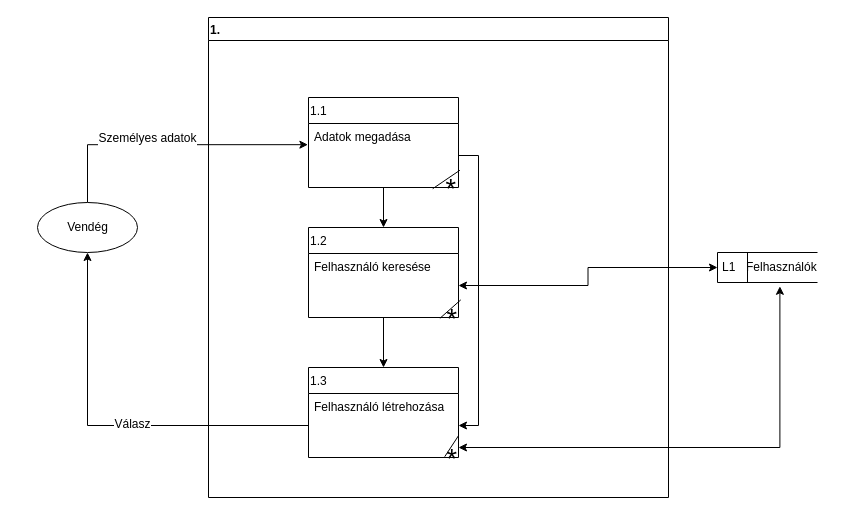
The draw.io diagram page "Page-2" (2 of 5) of dfd_logikai.drawio in Dzseta/Adatbazis-alapu-rendszerek, before the edit. Source tidied: cells renumbered, new cells numbered last; positions are measured from the earlier drawing's top-left corner, leaving out a move shared by most shapes. Both pictures are drawn from the tidied source at 100%, with x=0, y=0 at pixel (37, 17).
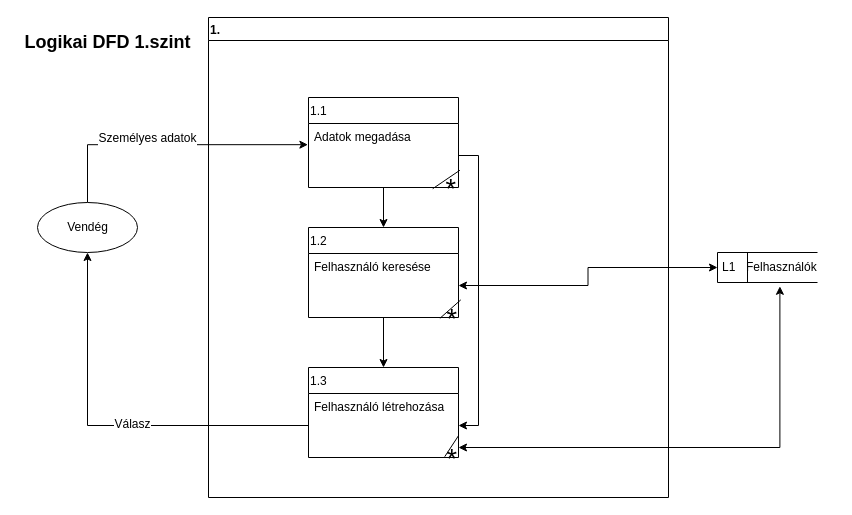
After the change.

The edit, as a diff of the source:
```diff
@@
+    <mxCell id="27" value="&lt;h2&gt;Logikai DFD 1.szint&lt;/h2&gt;" style="text;html=1;align=center;verticalAlign=middle;" parent="1" vertex="1">
+      <mxGeometry x="-20" width="180" height="50" as="geometry" />
+    </mxCell>
```
